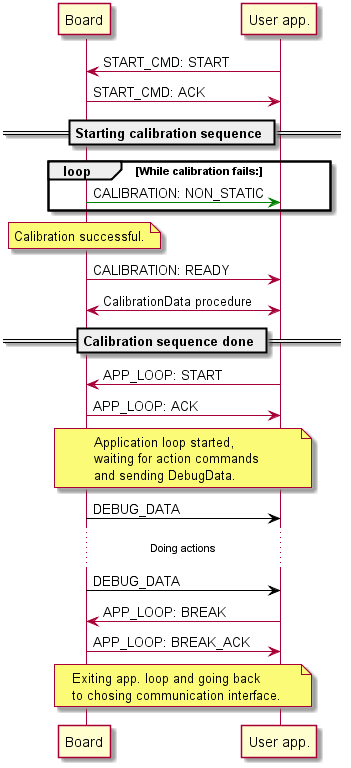
This is doc/flow_sequences/app_loop_connection.png from skydiveuas/skydive, a PlantUML export, as it was before one commit. Its diagram source:
```plantuml
@startuml
Board <- "User app.": START_CMD: START
Board -> "User app.": START_CMD: ACK

== Starting calibration sequence ==

loop While calibration fails:

Board -[#green]> "User app.": CALIBRATION: NON_STATIC

end

note over Board: Calibration successful.
Board -> "User app.": CALIBRATION: READY
Board <-> "User app.": CalibrationData procedure

== Calibration sequence done ==

Board <- "User app.": APP_LOOP: START
Board -> "User app.": APP_LOOP: ACK

note over Board, "User app.": Application loop started,\nwaiting for action commands\nand sending DebugData.
Board -[#black]> "User app.": DEBUG_DATA
...Doing actions...
Board -[#black]> "User app.": DEBUG_DATA

Board <- "User app.": APP_LOOP: BREAK
Board -> "User app.": APP_LOOP: BREAK_ACK

note over Board, "User app.": Exiting app. loop and going back\nto chosing communication interface.
@enduml
```
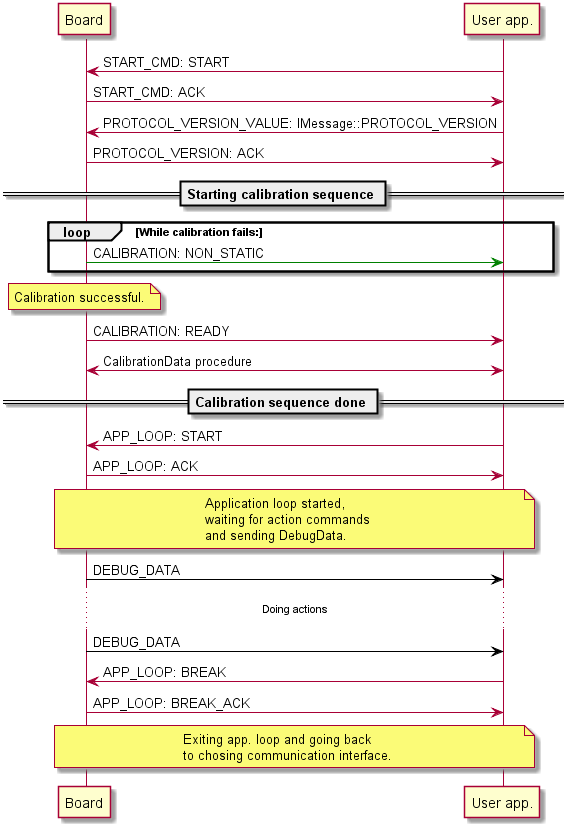
Above is the later version.

Commit message:
Add protocol version handshake

Diff of the diagram source:
```diff
@@ -1,6 +1,9 @@
 @startuml
 Board <- "User app.": START_CMD: START
 Board -> "User app.": START_CMD: ACK
+
+Board <- "User app.": PROTOCOL_VERSION_VALUE: IMessage::PROTOCOL_VERSION
+Board -> "User app.": PROTOCOL_VERSION: ACK
 
 == Starting calibration sequence ==
 
```
